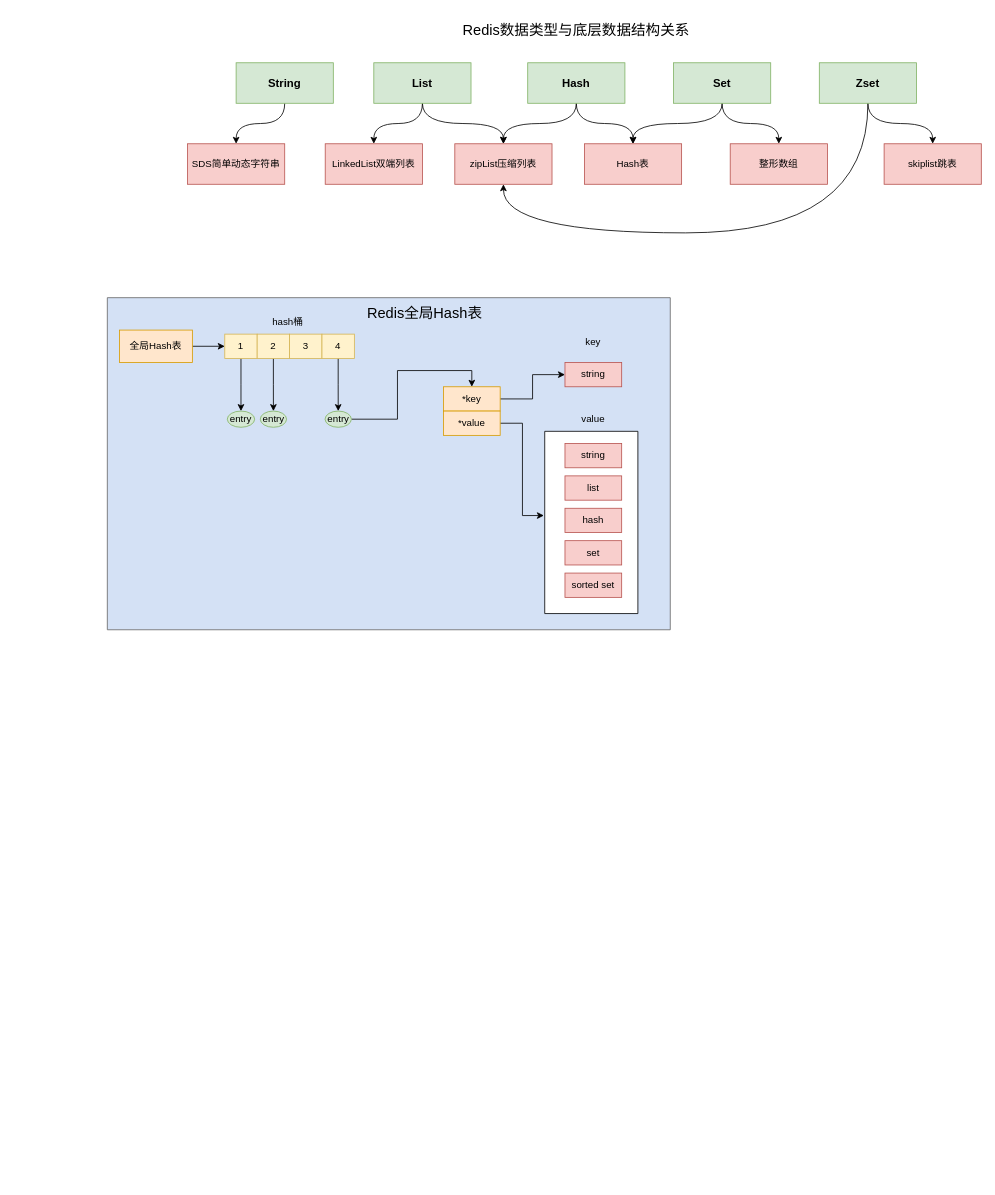
The draw.io diagram Reids学习.drawio in huyun0614/draw.io, before the edit. Source tidied: cells renumbered, new cells numbered last; positions are measured from the earlier drawing's top-left corner, leaving out a move shared by most shapes. Both pictures are drawn from the tidied source at 81%, with x=0, y=0 at pixel (107, 14).
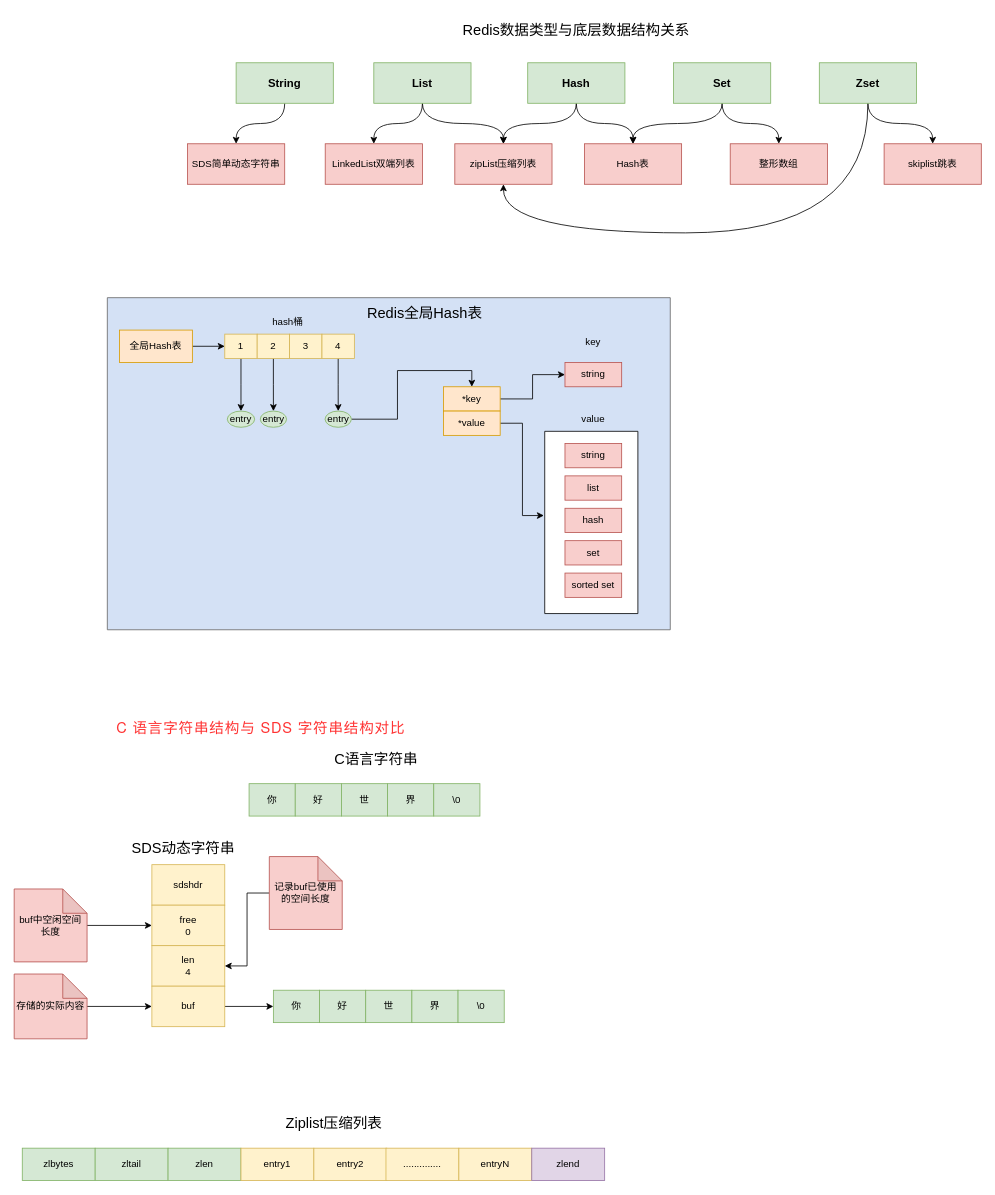
Above is the later version.

Diff of the diagram source:
```diff
@@
+    <mxCell id="52" value="你" style="rounded=0;whiteSpace=wrap;html=1;fillColor=#d5e8d4;strokeColor=#82b366;" parent="1" vertex="1">
+      <mxGeometry x="175" y="950" width="57" height="40" as="geometry" />
+    </mxCell>
+    <mxCell id="53" value="好" style="rounded=0;whiteSpace=wrap;html=1;fillColor=#d5e8d4;strokeColor=#82b366;" parent="1" vertex="1">
+      <mxGeometry x="232" y="950" width="57" height="40" as="geometry" />
+    </mxCell>
+    <mxCell id="54" value="世" style="rounded=0;whiteSpace=wrap;html=1;fillColor=#d5e8d4;strokeColor=#82b366;" parent="1" vertex="1">
+      <mxGeometry x="289" y="950" width="57" height="40" as="geometry" />
+    </mxCell>
+    <mxCell id="55" value="界" style="rounded=0;whiteSpace=wrap;html=1;fillColor=#d5e8d4;strokeColor=#82b366;" parent="1" vertex="1">
+      <mxGeometry x="346" y="950" width="57" height="40" as="geometry" />
+    </mxCell>
+    <mxCell id="56" value="\0" style="rounded=0;whiteSpace=wrap;html=1;fillColor=#d5e8d4;strokeColor=#82b366;" parent="1" vertex="1">
+      <mxGeometry x="403" y="950" width="57" height="40" as="geometry" />
+    </mxCell>
+    <mxCell id="57" value="&lt;font style=&quot;font-size: 18px&quot;&gt;C语言字符串&lt;/font&gt;" style="text;html=1;strokeColor=none;fillColor=none;align=center;verticalAlign=middle;whiteSpace=wrap;rounded=0;" parent="1" vertex="1">
+      <mxGeometry x="269" y="910" width="126" height="20" as="geometry" />
+    </mxCell>
+    <mxCell id="58" value="sdshdr" style="rounded=0;whiteSpace=wrap;html=1;fillColor=#fff2cc;strokeColor=#d6b656;" parent="1" vertex="1">
+      <mxGeometry x="55" y="1050" width="90" height="50" as="geometry" />
+    </mxCell>
+    <mxCell id="59" value="free&lt;br&gt;0" style="rounded=0;whiteSpace=wrap;html=1;fillColor=#fff2cc;strokeColor=#d6b656;" parent="1" vertex="1">
+      <mxGeometry x="55" y="1100" width="90" height="50" as="geometry" />
+    </mxCell>
+    <mxCell id="60" value="len&lt;br&gt;4" style="rounded=0;whiteSpace=wrap;html=1;fillColor=#fff2cc;strokeColor=#d6b656;" parent="1" vertex="1">
+      <mxGeometry x="55" y="1150" width="90" height="50" as="geometry" />
+    </mxCell>
+    <mxCell id="61" style="edgeStyle=orthogonalEdgeStyle;rounded=0;jettySize=auto;html=1;entryX=0;entryY=0.5;entryDx=0;entryDy=0;" parent="1" edge="1" source="62" target="67">
+      <mxGeometry relative="1" as="geometry" />
+    </mxCell>
+    <mxCell id="62" value="buf" style="rounded=0;whiteSpace=wrap;html=1;fillColor=#fff2cc;strokeColor=#d6b656;" parent="1" vertex="1">
+      <mxGeometry x="55" y="1200" width="90" height="50" as="geometry" />
+    </mxCell>
+    <mxCell id="63" style="edgeStyle=orthogonalEdgeStyle;rounded=0;jettySize=auto;html=1;entryX=0;entryY=0.5;entryDx=0;entryDy=0;" parent="1" edge="1" source="64" target="59">
+      <mxGeometry relative="1" as="geometry" />
+    </mxCell>
+    <mxCell id="64" value="buf中空闲空间长度" style="shape=note;whiteSpace=wrap;html=1;backgroundOutline=1;darkOpacity=0.05;fillColor=#f8cecc;strokeColor=#b85450;" parent="1" vertex="1">
+      <mxGeometry x="-115" y="1080" width="90" height="90" as="geometry" />
+    </mxCell>
+    <mxCell id="65" style="edgeStyle=orthogonalEdgeStyle;rounded=0;jettySize=auto;html=1;" parent="1" edge="1" source="66" target="62">
+      <mxGeometry relative="1" as="geometry" />
+    </mxCell>
+    <mxCell id="66" value="存储的实际内容" style="shape=note;whiteSpace=wrap;html=1;backgroundOutline=1;darkOpacity=0.05;fillColor=#f8cecc;strokeColor=#b85450;" parent="1" vertex="1">
+      <mxGeometry x="-115" y="1185" width="90" height="80" as="geometry" />
+    </mxCell>
+    <mxCell id="67" value="你" style="rounded=0;whiteSpace=wrap;html=1;fillColor=#d5e8d4;strokeColor=#82b366;" parent="1" vertex="1">
+      <mxGeometry x="205" y="1205" width="57" height="40" as="geometry" />
+    </mxCell>
+    <mxCell id="68" value="好" style="rounded=0;whiteSpace=wrap;html=1;fillColor=#d5e8d4;strokeColor=#82b366;" parent="1" vertex="1">
+      <mxGeometry x="262" y="1205" width="57" height="40" as="geometry" />
+    </mxCell>
+    <mxCell id="69" value="世" style="rounded=0;whiteSpace=wrap;html=1;fillColor=#d5e8d4;strokeColor=#82b366;" parent="1" vertex="1">
+      <mxGeometry x="319" y="1205" width="57" height="40" as="geometry" />
+    </mxCell>
+    <mxCell id="70" value="界" style="rounded=0;whiteSpace=wrap;html=1;fillColor=#d5e8d4;strokeColor=#82b366;" parent="1" vertex="1">
+      <mxGeometry x="376" y="1205" width="57" height="40" as="geometry" />
+    </mxCell>
+    <mxCell id="71" value="\0" style="rounded=0;whiteSpace=wrap;html=1;fillColor=#d5e8d4;strokeColor=#82b366;" parent="1" vertex="1">
+      <mxGeometry x="433" y="1205" width="57" height="40" as="geometry" />
+    </mxCell>
+    <mxCell id="72" style="edgeStyle=orthogonalEdgeStyle;rounded=0;jettySize=auto;html=1;entryX=1;entryY=0.5;entryDx=0;entryDy=0;" parent="1" edge="1" source="73" target="60">
+      <mxGeometry relative="1" as="geometry" />
+    </mxCell>
+    <mxCell id="73" value="记录buf已使用的空间长度" style="shape=note;whiteSpace=wrap;html=1;backgroundOutline=1;darkOpacity=0.05;fillColor=#f8cecc;strokeColor=#b85450;" parent="1" vertex="1">
+      <mxGeometry x="200" y="1040" width="90" height="90" as="geometry" />
+    </mxCell>
+    <mxCell id="74" value="&lt;font style=&quot;font-size: 18px&quot;&gt;SDS动态字符串&lt;/font&gt;" style="text;html=1;strokeColor=none;fillColor=none;align=center;verticalAlign=middle;whiteSpace=wrap;rounded=0;" parent="1" vertex="1">
+      <mxGeometry x="29" y="1020" width="130" height="20" as="geometry" />
+    </mxCell>
+    <mxCell id="75" value="&lt;span style=&quot;font-family: &amp;#34;pingfang sc&amp;#34; , &amp;#34;hiragino sans gb&amp;#34; , &amp;#34;microsoft yahei&amp;#34; , &amp;#34;wenquanyi micro hei&amp;#34; , &amp;#34;helvetica neue&amp;#34; , &amp;#34;arial&amp;#34; , sans-serif ; letter-spacing: 1px ; text-align: left ; background-color: rgb(255 , 255 , 255)&quot;&gt;&lt;font style=&quot;font-size: 18px&quot; color=&quot;#ff3333&quot;&gt;C 语言字符串结构与 SDS 字符串结构对比&lt;/font&gt;&lt;/span&gt;" style="text;html=1;strokeColor=none;fillColor=none;align=center;verticalAlign=middle;whiteSpace=wrap;rounded=0;" parent="1" vertex="1">
+      <mxGeometry x="-5" y="870" width="390" height="20" as="geometry" />
+    </mxCell>
+    <mxCell id="76" value="zlbytes" style="rounded=0;whiteSpace=wrap;html=1;fillColor=#d5e8d4;strokeColor=#82b366;" parent="1" vertex="1">
+      <mxGeometry x="-105" y="1400" width="90" height="40" as="geometry" />
+    </mxCell>
+    <mxCell id="77" value="zltail" style="rounded=0;whiteSpace=wrap;html=1;fillColor=#d5e8d4;strokeColor=#82b366;" parent="1" vertex="1">
+      <mxGeometry x="-15" y="1400" width="90" height="40" as="geometry" />
+    </mxCell>
+    <mxCell id="78" value="zlen" style="rounded=0;whiteSpace=wrap;html=1;fillColor=#d5e8d4;strokeColor=#82b366;" parent="1" vertex="1">
+      <mxGeometry x="75" y="1400" width="90" height="40" as="geometry" />
+    </mxCell>
+    <mxCell id="79" value="entry1" style="rounded=0;whiteSpace=wrap;html=1;fillColor=#fff2cc;strokeColor=#d6b656;" parent="1" vertex="1">
+      <mxGeometry x="165" y="1400" width="90" height="40" as="geometry" />
+    </mxCell>
+    <mxCell id="80" value="entry2" style="rounded=0;whiteSpace=wrap;html=1;fillColor=#fff2cc;strokeColor=#d6b656;" parent="1" vertex="1">
+      <mxGeometry x="255" y="1400" width="90" height="40" as="geometry" />
+    </mxCell>
+    <mxCell id="81" value=".............." style="rounded=0;whiteSpace=wrap;html=1;fillColor=#fff2cc;strokeColor=#d6b656;" parent="1" vertex="1">
+      <mxGeometry x="344" y="1400" width="90" height="40" as="geometry" />
+    </mxCell>
+    <mxCell id="82" value="entryN" style="rounded=0;whiteSpace=wrap;html=1;fillColor=#fff2cc;strokeColor=#d6b656;" parent="1" vertex="1">
+      <mxGeometry x="434" y="1400" width="90" height="40" as="geometry" />
+    </mxCell>
+    <mxCell id="83" value="zlend" style="rounded=0;whiteSpace=wrap;html=1;fillColor=#e1d5e7;strokeColor=#9673a6;" parent="1" vertex="1">
+      <mxGeometry x="524" y="1400" width="90" height="40" as="geometry" />
+    </mxCell>
+    <mxCell id="84" value="&lt;font style=&quot;font-size: 18px&quot;&gt;Ziplist压缩列表&lt;/font&gt;" style="text;html=1;strokeColor=none;fillColor=none;align=center;verticalAlign=middle;whiteSpace=wrap;rounded=0;" parent="1" vertex="1">
+      <mxGeometry x="175" y="1360" width="210" height="20" as="geometry" />
+    </mxCell>
```
